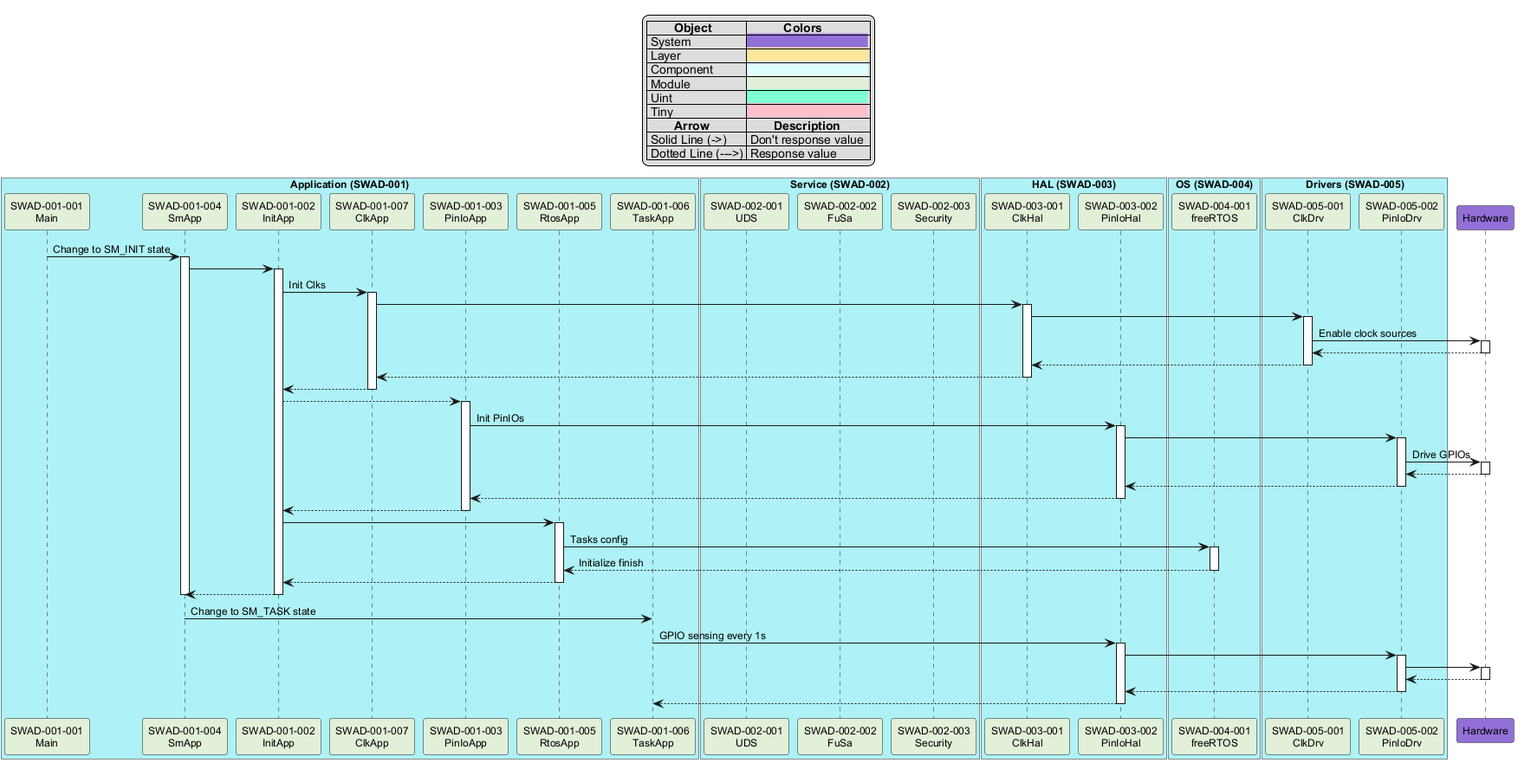
This is Dynamic_Software_Architecture_20240905.png from FdsLu/SwSeq, a PlantUML export, as it was before one commit.
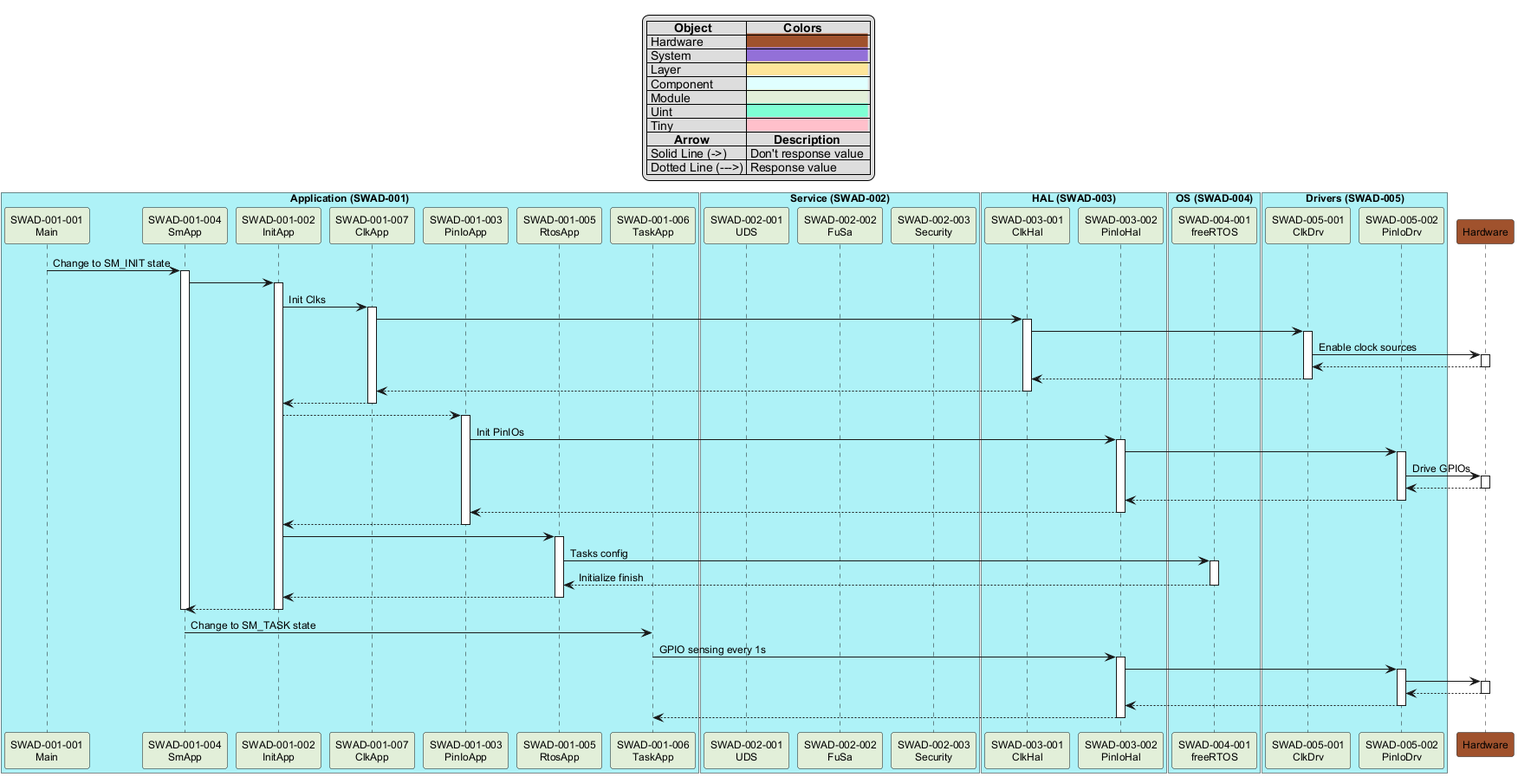
Above is the later version.

Commit message:
[Modify] Adjust Hardware Color [Modify] 1. Adjust Hardware component color

Diff of the diagram source:
```diff
@@ -3,6 +3,7 @@
 skinparam defaultFontSize 12
 legend top
 |=        Object  |=           Colors  |
+| Hardware  |<back:sienna>                                    |
 | System  |<back:mediumpurple>                                    |
 | Layer  |<back:#FEE599>                                    |
 | Component |<back:#lightcyan>                                    |
@@ -44,7 +45,7 @@
 participant "SWAD-005-002\nPinIoDrv" as PinIoDrv #E2EFD9
 end box
 
-participant Hardware #mediumpurple
+participant Hardware #sienna
 
 Main -> SmApp: Change to SM_INIT state
 activate SmApp
```
